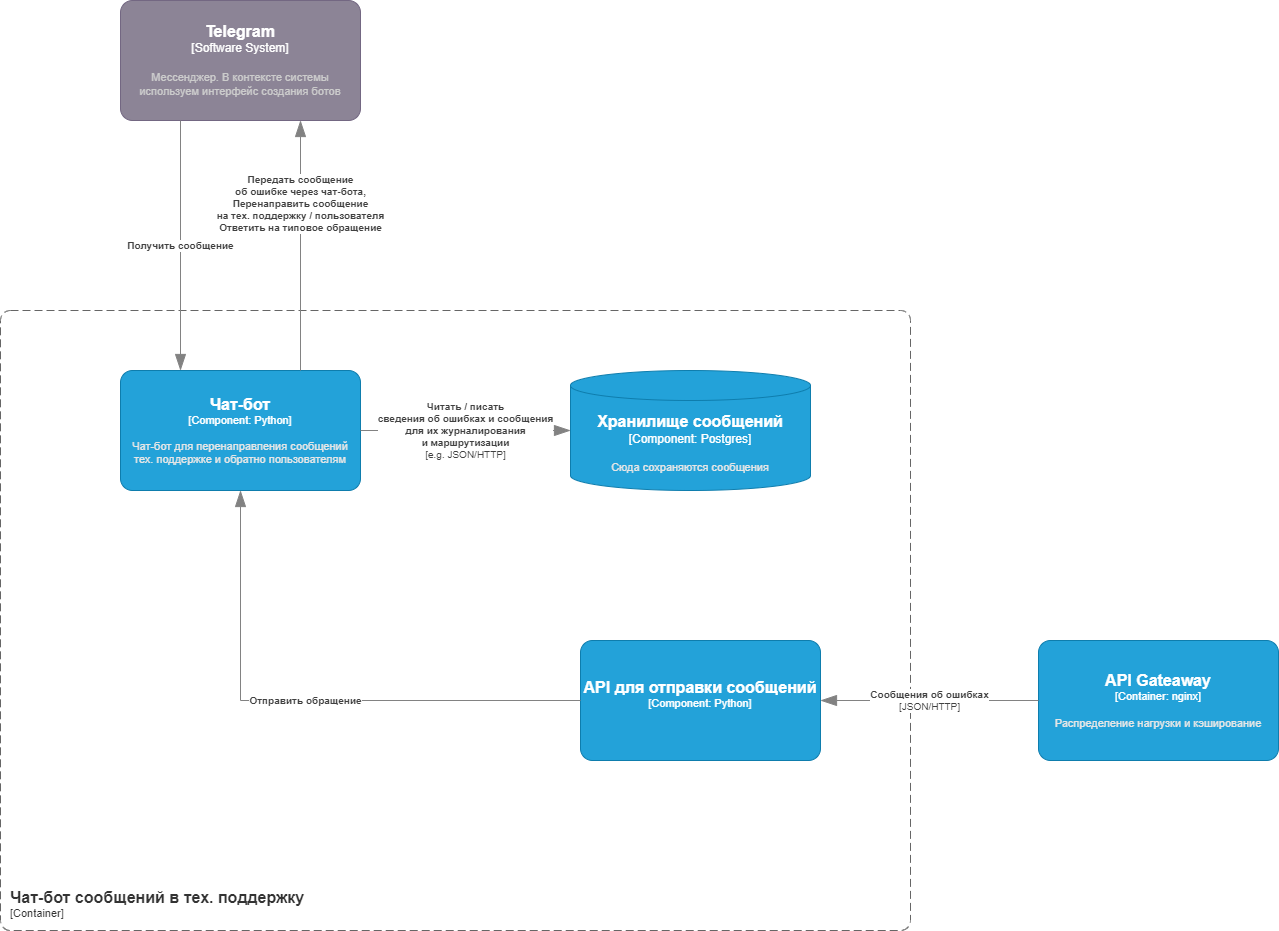
This is Lab Work №2/docs/SSAD 2-4.png from yunas-x/Diploma, a draw.io export, as it was before one commit. Source tidied: cells renumbered, new cells last; positions are measured from the earlier drawing's top-left corner, leaving out a move shared by most shapes.
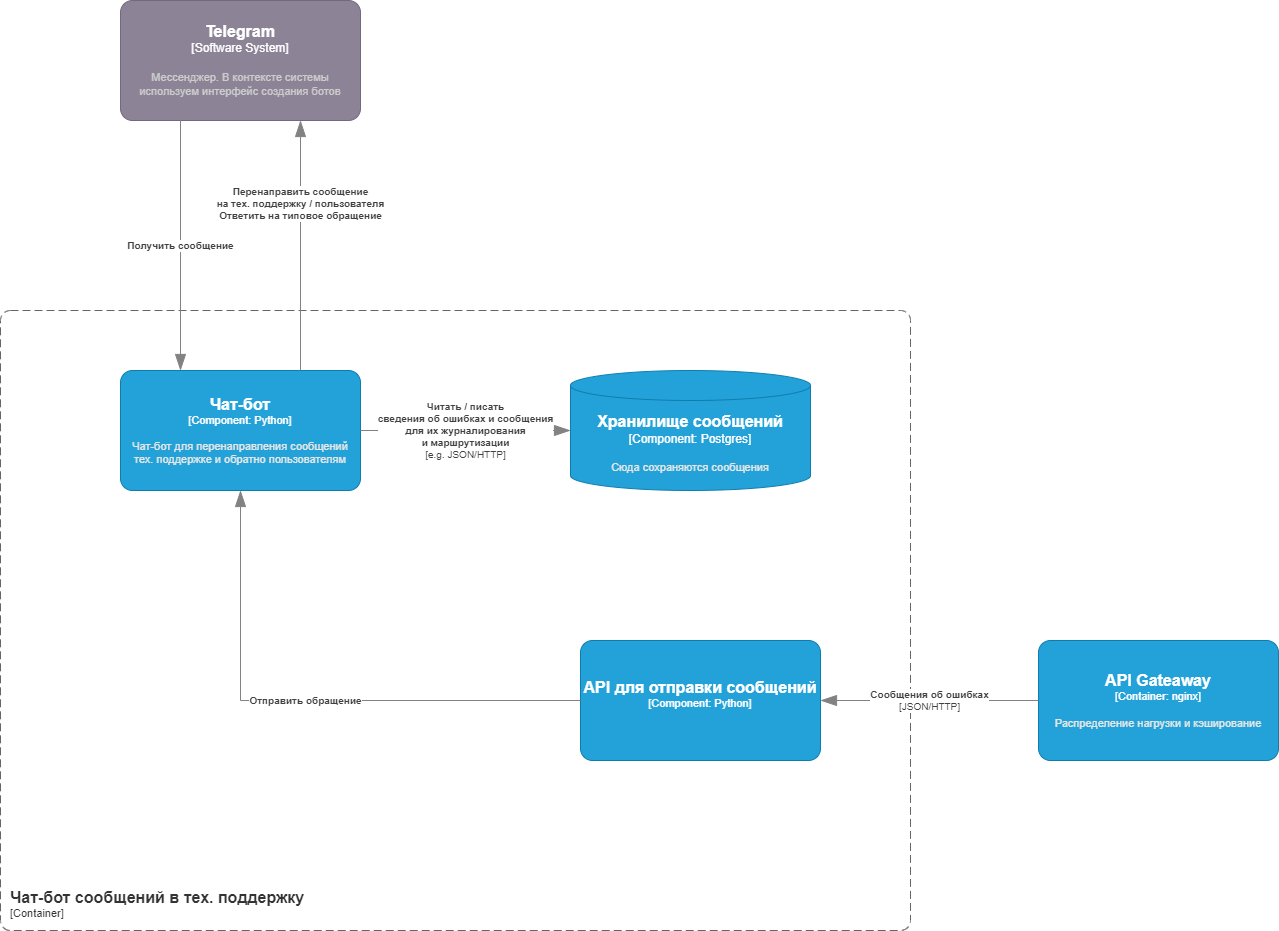
Above is the later version.

What changed in the source:
```diff
@@ -42,9 +42,9 @@
         <mxGeometry x="120" width="240" height="120" as="geometry" />
       </mxCell>
     </object>
-    <object id="10" label="&lt;div style=&quot;text-align: left&quot;&gt;&lt;div style=&quot;text-align: center&quot;&gt;&lt;b&gt;%c4Description%&lt;/b&gt;&lt;/div&gt;" c4Description="Передать сообщение &#10;об ошибке через чат-бота,&#10;Перенаправить сообщение&#10;на тех. поддержку / пользователя&#10;Ответить на типовое обращение" c4Type="Relationship" placeholders="1">
+    <object id="10" label="&lt;div style=&quot;text-align: left&quot;&gt;&lt;div style=&quot;text-align: center&quot;&gt;&lt;b&gt;%c4Description%&lt;/b&gt;&lt;/div&gt;" c4Description="Перенаправить сообщение&#10;на тех. поддержку / пользователя&#10;Ответить на типовое обращение" c4Type="Relationship" placeholders="1">
       <mxCell style="endArrow=blockThin;html=1;fontSize=10;fontColor=#404040;strokeWidth=1;endFill=1;strokeColor=#828282;elbow=vertical;endSize=14;startSize=14;jumpStyle=arc;jumpSize=16;rounded=0;edgeStyle=orthogonalEdgeStyle;exitX=0.75;exitY=0;exitDx=0;exitDy=0;exitPerimeter=0;" parent="1" edge="1" source="3" target="9">
-        <mxGeometry x="0.33" relative="1" as="geometry">
+        <mxGeometry x="0.34" relative="1" as="geometry">
           <Array as="points">
             <mxPoint x="300" y="150" />
             <mxPoint x="300" y="150" />
```
